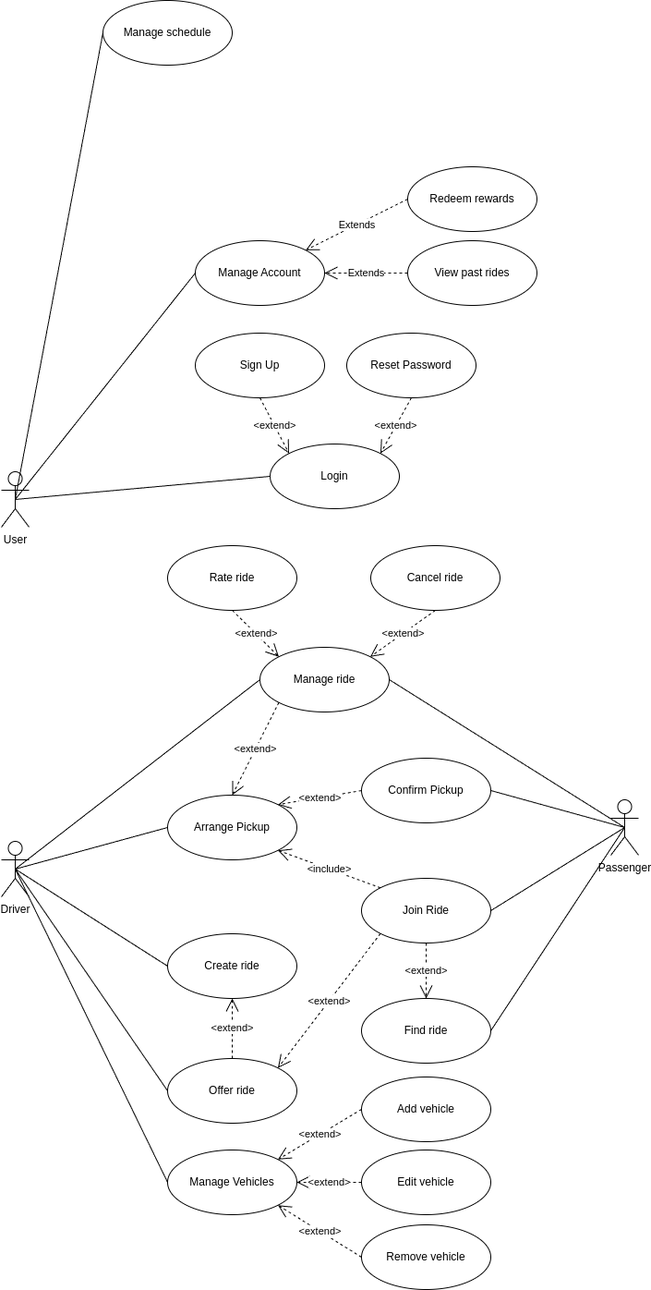
This is reports/use-cases.drawio.png from YannisRavasopoulos/ProjectSD_S6, a draw.io export, as it was before one commit. Source tidied: cells renumbered, new cells last; positions are measured from the earlier drawing's top-left corner, leaving out a move shared by most shapes.
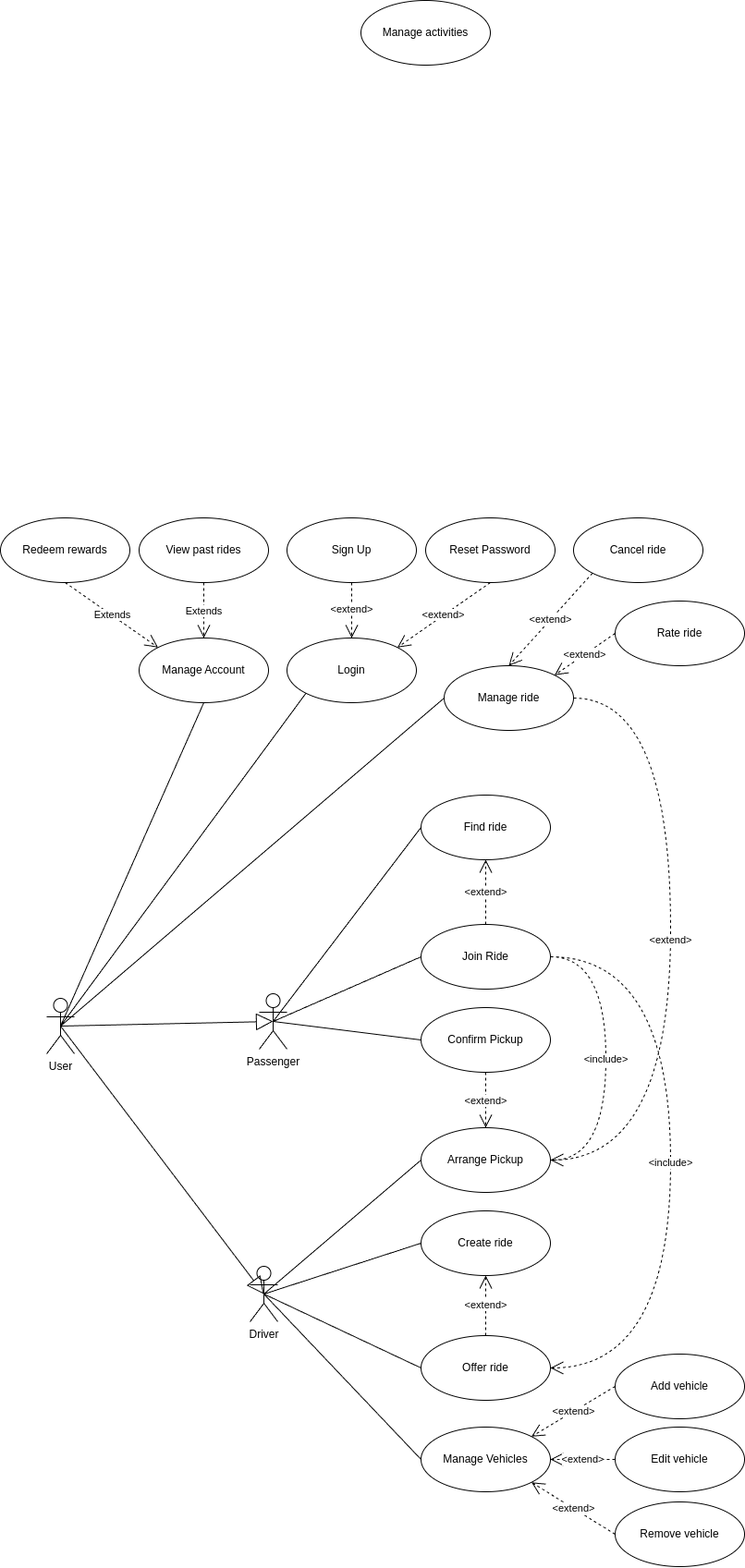
After the change.

Commit message:
Use case diagram update

The edit, as a diff of the source:
```diff
@@ -3,43 +3,43 @@
     <mxCell id="0" />
     <mxCell id="1" parent="0" />
     <mxCell id="2" value="Passenger" style="shape=umlActor;verticalLabelPosition=bottom;verticalAlign=top;html=1;outlineConnect=0;" parent="1" vertex="1">
-      <mxGeometry x="660" y="865" width="30" height="60" as="geometry" />
+      <mxGeometry x="250" y="755" width="30" height="60" as="geometry" />
     </mxCell>
     <mxCell id="3" value="Login" style="ellipse;whiteSpace=wrap;html=1;" parent="1" vertex="1">
-      <mxGeometry x="291" y="480" width="140" height="70" as="geometry" />
+      <mxGeometry x="280" y="370" width="140" height="70" as="geometry" />
     </mxCell>
     <mxCell id="4" value="Manage Account" style="ellipse;whiteSpace=wrap;html=1;" parent="1" vertex="1">
-      <mxGeometry x="210" y="260" width="140" height="70" as="geometry" />
+      <mxGeometry x="120" y="370" width="140" height="70" as="geometry" />
     </mxCell>
     <mxCell id="5" value="Rate ride" style="ellipse;whiteSpace=wrap;html=1;" parent="1" vertex="1">
-      <mxGeometry x="180" y="590" width="140" height="70" as="geometry" />
+      <mxGeometry x="635" y="330" width="140" height="70" as="geometry" />
     </mxCell>
     <mxCell id="6" value="View past rides" style="ellipse;whiteSpace=wrap;html=1;" parent="1" vertex="1">
-      <mxGeometry x="440" y="260" width="140" height="70" as="geometry" />
+      <mxGeometry x="120" y="240" width="140" height="70" as="geometry" />
     </mxCell>
     <mxCell id="7" value="Find ride" style="ellipse;whiteSpace=wrap;html=1;" parent="1" vertex="1">
-      <mxGeometry x="390" y="1080" width="140" height="70" as="geometry" />
+      <mxGeometry x="425" y="540" width="140" height="70" as="geometry" />
     </mxCell>
     <mxCell id="8" value="Manage ride" style="ellipse;whiteSpace=wrap;html=1;" parent="1" vertex="1">
-      <mxGeometry x="280" y="700" width="140" height="70" as="geometry" />
+      <mxGeometry x="450" y="400" width="140" height="70" as="geometry" />
     </mxCell>
     <mxCell id="9" value="Create ride" style="ellipse;whiteSpace=wrap;html=1;" parent="1" vertex="1">
-      <mxGeometry x="180" y="1010" width="140" height="70" as="geometry" />
+      <mxGeometry x="425" y="990" width="140" height="70" as="geometry" />
     </mxCell>
     <mxCell id="10" value="Redeem rewards" style="ellipse;whiteSpace=wrap;html=1;" parent="1" vertex="1">
-      <mxGeometry x="440" y="180" width="140" height="70" as="geometry" />
+      <mxGeometry x="-30" y="240" width="140" height="70" as="geometry" />
     </mxCell>
     <mxCell id="11" value="Offer ride" style="ellipse;whiteSpace=wrap;html=1;" parent="1" vertex="1">
-      <mxGeometry x="180" y="1145" width="140" height="70" as="geometry" />
+      <mxGeometry x="425" y="1125" width="140" height="70" as="geometry" />
     </mxCell>
-    <mxCell id="12" value="Manage schedule" style="ellipse;whiteSpace=wrap;html=1;" parent="1" vertex="1">
-      <mxGeometry x="110" width="140" height="70" as="geometry" />
+    <mxCell id="12" value="Manage activities" style="ellipse;whiteSpace=wrap;html=1;" parent="1" vertex="1">
+      <mxGeometry x="360" y="-320" width="140" height="70" as="geometry" />
     </mxCell>
     <mxCell id="13" value="Driver" style="shape=umlActor;verticalLabelPosition=bottom;verticalAlign=top;html=1;outlineConnect=0;" parent="1" vertex="1">
-      <mxGeometry y="910" width="30" height="60" as="geometry" />
+      <mxGeometry x="240" y="1050" width="30" height="60" as="geometry" />
     </mxCell>
     <mxCell id="14" value="User" style="shape=umlActor;verticalLabelPosition=bottom;verticalAlign=top;html=1;outlineConnect=0;" parent="1" vertex="1">
-      <mxGeometry y="510" width="30" height="60" as="geometry" />
+      <mxGeometry x="20" y="760" width="30" height="60" as="geometry" />
     </mxCell>
     <mxCell id="15" style="endArrow=none;html=1;exitX=0.5;exitY=0.5;exitDx=0;exitDy=0;exitPerimeter=0;entryX=0;entryY=0.5;entryDx=0;entryDy=0;" parent="1" edge="1" source="13" target="9">
       <mxGeometry relative="1" as="geometry" />
@@ -47,53 +47,44 @@
     <mxCell id="16" style="endArrow=none;html=1;exitX=0.5;exitY=0.5;exitDx=0;exitDy=0;exitPerimeter=0;entryX=0;entryY=0.5;entryDx=0;entryDy=0;" parent="1" edge="1" source="13" target="11">
       <mxGeometry relative="1" as="geometry" />
     </mxCell>
-    <mxCell id="17" style="endArrow=none;html=1;exitX=0.5;exitY=0.5;exitDx=0;exitDy=0;exitPerimeter=0;entryX=1;entryY=0.5;entryDx=0;entryDy=0;" parent="1" edge="1" source="2" target="7">
+    <mxCell id="17" style="endArrow=none;html=1;exitX=0.5;exitY=0.5;exitDx=0;exitDy=0;exitPerimeter=0;entryX=0;entryY=0.5;entryDx=0;entryDy=0;" parent="1" edge="1" source="2" target="7">
       <mxGeometry relative="1" as="geometry" />
     </mxCell>
-    <mxCell id="18" style="endArrow=none;html=1;exitX=0.5;exitY=0.5;exitDx=0;exitDy=0;exitPerimeter=0;entryX=0;entryY=0.5;entryDx=0;entryDy=0;" parent="1" edge="1" source="14" target="12">
-      <mxGeometry relative="1" as="geometry" />
-    </mxCell>
-    <mxCell id="19" style="endArrow=none;html=1;exitX=0.5;exitY=0.5;exitDx=0;exitDy=0;exitPerimeter=0;entryX=0;entryY=0.5;entryDx=0;entryDy=0;" parent="1" edge="1" source="14" target="4">
-      <mxGeometry relative="1" as="geometry" />
-    </mxCell>
-    <mxCell id="20" style="endArrow=none;html=1;entryX=0;entryY=0.5;entryDx=0;entryDy=0;exitX=0.5;exitY=0.5;exitDx=0;exitDy=0;exitPerimeter=0;" parent="1" edge="1" source="14" target="3">
-      <mxGeometry relative="1" as="geometry" />
-    </mxCell>
     <mxCell id="21" value="Cancel ride" style="ellipse;whiteSpace=wrap;html=1;" parent="1" vertex="1">
-      <mxGeometry x="400" y="590" width="140" height="70" as="geometry" />
+      <mxGeometry x="590" y="240" width="140" height="70" as="geometry" />
     </mxCell>
-    <mxCell id="22" value="Extends" style="endArrow=open;endSize=12;dashed=1;html=1;exitX=0;exitY=0.5;exitDx=0;exitDy=0;entryX=1;entryY=0.5;entryDx=0;entryDy=0;" parent="1" edge="1" source="6" target="4">
+    <mxCell id="22" value="Extends" style="endArrow=open;endSize=12;dashed=1;html=1;exitX=0.5;exitY=1;exitDx=0;exitDy=0;entryX=0.5;entryY=0;entryDx=0;entryDy=0;" parent="1" edge="1" source="6" target="4">
       <mxGeometry relative="1" as="geometry" />
     </mxCell>
-    <mxCell id="23" value="&amp;lt;extend&amp;gt;" style="endArrow=open;endSize=12;dashed=1;html=1;exitX=0.5;exitY=1;exitDx=0;exitDy=0;entryX=0;entryY=0;entryDx=0;entryDy=0;" parent="1" edge="1" source="5" target="8">
+    <mxCell id="23" value="&amp;lt;extend&amp;gt;" style="endArrow=open;endSize=12;dashed=1;html=1;exitX=0;exitY=0.5;exitDx=0;exitDy=0;entryX=1;entryY=0;entryDx=0;entryDy=0;" parent="1" edge="1" source="5" target="8">
       <mxGeometry relative="1" as="geometry" />
     </mxCell>
-    <mxCell id="24" value="&amp;lt;extend&amp;gt;" style="endArrow=open;endSize=12;dashed=1;html=1;exitX=0.5;exitY=1;exitDx=0;exitDy=0;entryX=1;entryY=0;entryDx=0;entryDy=0;" parent="1" edge="1" source="21" target="8">
+    <mxCell id="24" value="&amp;lt;extend&amp;gt;" style="endArrow=open;endSize=12;dashed=1;html=1;exitX=0;exitY=1;exitDx=0;exitDy=0;entryX=0.5;entryY=0;entryDx=0;entryDy=0;" parent="1" edge="1" source="21" target="8">
       <mxGeometry relative="1" as="geometry" />
     </mxCell>
     <mxCell id="25" value="Arrange Pickup" style="ellipse;whiteSpace=wrap;html=1;" parent="1" vertex="1">
-      <mxGeometry x="180" y="860" width="140" height="70" as="geometry" />
+      <mxGeometry x="425" y="900" width="140" height="70" as="geometry" />
     </mxCell>
-    <mxCell id="26" style="endArrow=none;html=1;exitX=0.5;exitY=0.5;exitDx=0;exitDy=0;exitPerimeter=0;entryX=1;entryY=0.5;entryDx=0;entryDy=0;" parent="1" edge="1" source="2" target="38">
+    <mxCell id="26" style="endArrow=none;html=1;exitX=0.5;exitY=0.5;exitDx=0;exitDy=0;exitPerimeter=0;entryX=0;entryY=0.5;entryDx=0;entryDy=0;" parent="1" edge="1" source="2" target="38">
       <mxGeometry relative="1" as="geometry" />
     </mxCell>
-    <mxCell id="27" value="&amp;lt;extend&amp;gt;" style="endArrow=open;endSize=12;dashed=1;html=1;entryX=0.5;entryY=0;entryDx=0;entryDy=0;exitX=0.5;exitY=1;exitDx=0;exitDy=0;" parent="1" edge="1" source="38" target="7">
+    <mxCell id="27" value="&amp;lt;extend&amp;gt;" style="endArrow=open;endSize=12;dashed=1;html=1;entryX=0.5;entryY=1;entryDx=0;entryDy=0;exitX=0.5;exitY=0;exitDx=0;exitDy=0;" parent="1" edge="1" source="38" target="7">
       <mxGeometry relative="1" as="geometry" />
     </mxCell>
     <mxCell id="28" value="Manage Vehicles" style="ellipse;whiteSpace=wrap;html=1;" parent="1" vertex="1">
-      <mxGeometry x="180" y="1244" width="140" height="70" as="geometry" />
+      <mxGeometry x="425" y="1224" width="140" height="70" as="geometry" />
     </mxCell>
     <mxCell id="29" style="endArrow=none;html=1;exitX=0.5;exitY=0.5;exitDx=0;exitDy=0;exitPerimeter=0;entryX=0;entryY=0.5;entryDx=0;entryDy=0;" parent="1" edge="1" source="13" target="28">
       <mxGeometry relative="1" as="geometry" />
     </mxCell>
     <mxCell id="30" value="Add vehicle" style="ellipse;whiteSpace=wrap;html=1;" parent="1" vertex="1">
-      <mxGeometry x="390" y="1165" width="140" height="70" as="geometry" />
+      <mxGeometry x="635" y="1145" width="140" height="70" as="geometry" />
     </mxCell>
     <mxCell id="31" value="Edit vehicle" style="ellipse;whiteSpace=wrap;html=1;" parent="1" vertex="1">
-      <mxGeometry x="390" y="1244" width="140" height="70" as="geometry" />
+      <mxGeometry x="635" y="1224" width="140" height="70" as="geometry" />
     </mxCell>
     <mxCell id="32" value="Remove vehicle" style="ellipse;whiteSpace=wrap;html=1;" parent="1" vertex="1">
-      <mxGeometry x="390" y="1325" width="140" height="70" as="geometry" />
+      <mxGeometry x="635" y="1305" width="140" height="70" as="geometry" />
     </mxCell>
     <mxCell id="33" value="&amp;lt;extend&amp;gt;" style="endArrow=open;endSize=12;dashed=1;html=1;exitX=0;exitY=0.5;exitDx=0;exitDy=0;entryX=1;entryY=0;entryDx=0;entryDy=0;" parent="1" edge="1" source="30" target="28">
       <mxGeometry relative="1" as="geometry" />
@@ -107,50 +98,74 @@
     <mxCell id="36" value="&amp;lt;extend&amp;gt;" style="endArrow=open;endSize=12;dashed=1;html=1;exitX=0.5;exitY=0;exitDx=0;exitDy=0;entryX=0.5;entryY=1;entryDx=0;entryDy=0;" parent="1" edge="1" source="11" target="9">
       <mxGeometry relative="1" as="geometry" />
     </mxCell>
-    <mxCell id="37" value="Extends" style="endArrow=open;endSize=12;dashed=1;html=1;exitX=0;exitY=0.5;exitDx=0;exitDy=0;entryX=1;entryY=0;entryDx=0;entryDy=0;" parent="1" edge="1" source="10" target="4">
+    <mxCell id="37" value="Extends" style="endArrow=open;endSize=12;dashed=1;html=1;exitX=0.5;exitY=1;exitDx=0;exitDy=0;entryX=0;entryY=0;entryDx=0;entryDy=0;" parent="1" edge="1" source="10" target="4">
       <mxGeometry relative="1" as="geometry" />
     </mxCell>
     <mxCell id="38" value="Join Ride" style="ellipse;whiteSpace=wrap;html=1;" parent="1" vertex="1">
-      <mxGeometry x="390" y="950" width="140" height="70" as="geometry" />
+      <mxGeometry x="425" y="680" width="140" height="70" as="geometry" />
     </mxCell>
-    <mxCell id="39" value="&amp;lt;include&amp;gt;" style="endArrow=open;endSize=12;dashed=1;html=1;exitX=0;exitY=0;exitDx=0;exitDy=0;entryX=1;entryY=1;entryDx=0;entryDy=0;" parent="1" edge="1" source="38" target="25">
-      <mxGeometry relative="1" as="geometry" />
+    <mxCell id="39" value="&amp;lt;include&amp;gt;" style="endArrow=open;endSize=12;dashed=1;html=1;entryX=1;entryY=0.5;entryDx=0;entryDy=0;exitX=1;exitY=0.5;exitDx=0;exitDy=0;edgeStyle=orthogonalEdgeStyle;curved=1;" parent="1" edge="1" source="38" target="25">
+      <mxGeometry relative="1" as="geometry">
+        <Array as="points">
+          <mxPoint x="625" y="715" />
+          <mxPoint x="625" y="935" />
+        </Array>
+      </mxGeometry>
     </mxCell>
     <mxCell id="40" style="endArrow=none;html=1;exitX=0.5;exitY=0.5;exitDx=0;exitDy=0;exitPerimeter=0;entryX=0;entryY=0.5;entryDx=0;entryDy=0;" parent="1" edge="1" source="13" target="25">
       <mxGeometry relative="1" as="geometry" />
     </mxCell>
-    <mxCell id="41" value="&amp;lt;extend&amp;gt;" style="endArrow=open;endSize=12;dashed=1;html=1;exitX=0;exitY=1;exitDx=0;exitDy=0;entryX=1;entryY=0;entryDx=0;entryDy=0;" parent="1" edge="1" source="38" target="11">
-      <mxGeometry relative="1" as="geometry" />
-    </mxCell>
     <mxCell id="42" value="Confirm Pickup" style="ellipse;whiteSpace=wrap;html=1;" parent="1" vertex="1">
-      <mxGeometry x="390" y="820" width="140" height="70" as="geometry" />
+      <mxGeometry x="425" y="770" width="140" height="70" as="geometry" />
     </mxCell>
-    <mxCell id="43" style="endArrow=none;html=1;exitX=0.5;exitY=0.5;exitDx=0;exitDy=0;exitPerimeter=0;entryX=1;entryY=0.5;entryDx=0;entryDy=0;" parent="1" edge="1" source="2" target="42">
+    <mxCell id="43" style="endArrow=none;html=1;exitX=0.5;exitY=0.5;exitDx=0;exitDy=0;exitPerimeter=0;entryX=0;entryY=0.5;entryDx=0;entryDy=0;" parent="1" edge="1" source="2" target="42">
       <mxGeometry relative="1" as="geometry" />
     </mxCell>
-    <mxCell id="44" value="&amp;lt;extend&amp;gt;" style="endArrow=open;endSize=12;dashed=1;html=1;exitX=0;exitY=0.5;exitDx=0;exitDy=0;entryX=1;entryY=0;entryDx=0;entryDy=0;" parent="1" edge="1" source="42" target="25">
+    <mxCell id="44" value="&amp;lt;extend&amp;gt;" style="endArrow=open;endSize=12;dashed=1;html=1;exitX=0.5;exitY=1;exitDx=0;exitDy=0;entryX=0.5;entryY=0;entryDx=0;entryDy=0;" parent="1" edge="1" source="42" target="25">
       <mxGeometry relative="1" as="geometry" />
     </mxCell>
     <mxCell id="45" value="Reset Password" style="ellipse;whiteSpace=wrap;html=1;" parent="1" vertex="1">
-      <mxGeometry x="374" y="360" width="140" height="70" as="geometry" />
+      <mxGeometry x="430" y="240" width="140" height="70" as="geometry" />
     </mxCell>
     <mxCell id="46" value="Sign Up" style="ellipse;whiteSpace=wrap;html=1;" parent="1" vertex="1">
-      <mxGeometry x="210" y="360" width="140" height="70" as="geometry" />
+      <mxGeometry x="280" y="240" width="140" height="70" as="geometry" />
     </mxCell>
-    <mxCell id="47" value="&amp;lt;extend&amp;gt;" style="endArrow=open;endSize=12;dashed=1;html=1;exitX=0.5;exitY=1;exitDx=0;exitDy=0;entryX=0;entryY=0;entryDx=0;entryDy=0;" parent="1" edge="1" source="46" target="3">
+    <mxCell id="47" value="&amp;lt;extend&amp;gt;" style="endArrow=open;endSize=12;dashed=1;html=1;exitX=0.5;exitY=1;exitDx=0;exitDy=0;" parent="1" edge="1" source="46" target="3">
       <mxGeometry x="-0.01" relative="1" as="geometry" />
     </mxCell>
     <mxCell id="48" value="&amp;lt;extend&amp;gt;" style="endArrow=open;endSize=12;dashed=1;html=1;exitX=0.5;exitY=1;exitDx=0;exitDy=0;entryX=1;entryY=0;entryDx=0;entryDy=0;" parent="1" edge="1" source="45" target="3">
       <mxGeometry relative="1" as="geometry" />
     </mxCell>
-    <mxCell id="49" style="endArrow=none;html=1;exitX=0.5;exitY=0.5;exitDx=0;exitDy=0;exitPerimeter=0;entryX=0;entryY=0.5;entryDx=0;entryDy=0;" parent="1" edge="1" source="13" target="8">
-      <mxGeometry relative="1" as="geometry" />
-    </mxCell>
-    <mxCell id="50" style="endArrow=none;html=1;exitX=1;exitY=0.5;exitDx=0;exitDy=0;entryX=0.5;entryY=0.5;entryDx=0;entryDy=0;entryPerimeter=0;" parent="1" edge="1" source="8" target="2">
-      <mxGeometry relative="1" as="geometry" />
-    </mxCell>
-    <mxCell id="51" value="&amp;lt;extend&amp;gt;" style="endArrow=open;endSize=12;dashed=1;html=1;exitX=0;exitY=1;exitDx=0;exitDy=0;entryX=0.5;entryY=0;entryDx=0;entryDy=0;" parent="1" edge="1" source="8" target="25">
-      <mxGeometry relative="1" as="geometry" />
+    <mxCell id="51" value="&amp;lt;extend&amp;gt;" style="endArrow=open;endSize=12;dashed=1;html=1;exitX=1;exitY=0.5;exitDx=0;exitDy=0;entryX=1;entryY=0.5;entryDx=0;entryDy=0;edgeStyle=orthogonalEdgeStyle;curved=1;" parent="1" edge="1" source="8" target="25">
+      <mxGeometry relative="1" as="geometry">
+        <Array as="points">
+          <mxPoint x="695" y="435" />
+          <mxPoint x="695" y="935" />
+        </Array>
+      </mxGeometry>
     </mxCell>
+    <mxCell id="52" style="endArrow=block;endSize=16;endFill=0;html=1;entryX=0.5;entryY=0.5;entryDx=0;entryDy=0;entryPerimeter=0;exitX=0.5;exitY=0.5;exitDx=0;exitDy=0;exitPerimeter=0;" parent="1" edge="1" source="14" target="13">
+      <mxGeometry relative="1" as="geometry" />
+    </mxCell>
+    <mxCell id="53" style="endArrow=block;endSize=16;endFill=0;html=1;entryX=0.5;entryY=0.5;entryDx=0;entryDy=0;entryPerimeter=0;exitX=0.5;exitY=0.5;exitDx=0;exitDy=0;exitPerimeter=0;" parent="1" edge="1" source="14" target="2">
+      <mxGeometry relative="1" as="geometry" />
+    </mxCell>
+    <mxCell id="41" value="&amp;lt;include&amp;gt;" style="endArrow=open;endSize=12;dashed=1;html=1;entryX=1;entryY=0.5;entryDx=0;entryDy=0;edgeStyle=orthogonalEdgeStyle;curved=1;exitX=1;exitY=0.5;exitDx=0;exitDy=0;" parent="1" edge="1" source="38" target="11">
+      <mxGeometry relative="1" as="geometry">
+        <Array as="points">
+          <mxPoint x="695" y="715" />
+          <mxPoint x="695" y="1160" />
+        </Array>
+      </mxGeometry>
+    </mxCell>
+    <mxCell id="54" style="endArrow=none;html=1;entryX=0;entryY=0.5;entryDx=0;entryDy=0;exitX=0.5;exitY=0.5;exitDx=0;exitDy=0;exitPerimeter=0;" parent="1" edge="1" source="14" target="8">
+      <mxGeometry relative="1" as="geometry" />
+    </mxCell>
+    <mxCell id="20" style="endArrow=none;html=1;exitX=0.5;exitY=0.5;exitDx=0;exitDy=0;exitPerimeter=0;entryX=0;entryY=1;entryDx=0;entryDy=0;" parent="1" edge="1" source="14" target="3">
+      <mxGeometry relative="1" as="geometry" />
+    </mxCell>
+    <mxCell id="19" style="endArrow=none;html=1;exitX=0.5;exitY=0.5;exitDx=0;exitDy=0;exitPerimeter=0;entryX=0.5;entryY=1;entryDx=0;entryDy=0;" parent="1" edge="1" source="14" target="4">
+      <mxGeometry relative="1" as="geometry" />
+    </mxCell>
   </root>
 </mxGraphModel>
```
